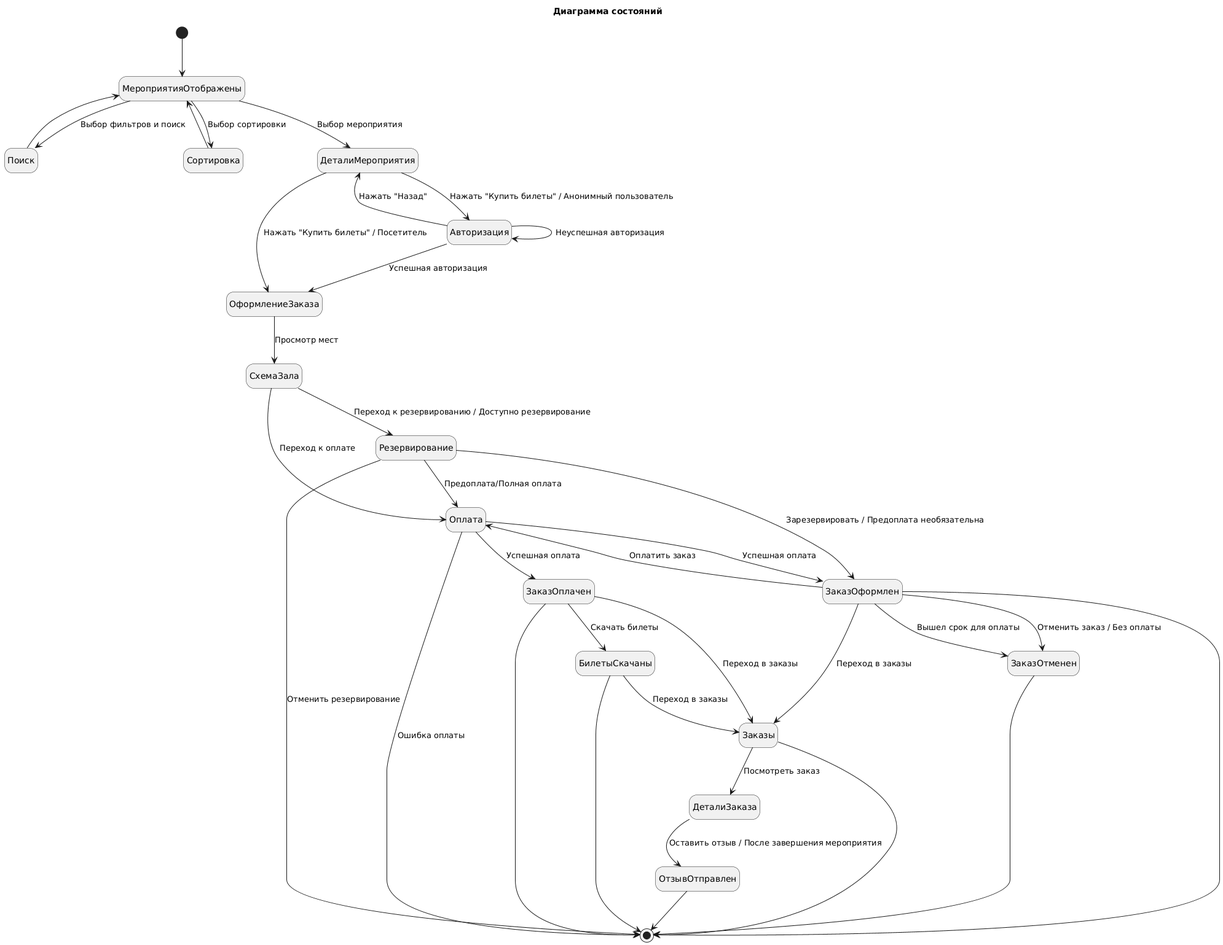
The PlantUML diagram 2. Технический проект/state.png in darzo28/project-doc, before a commit.
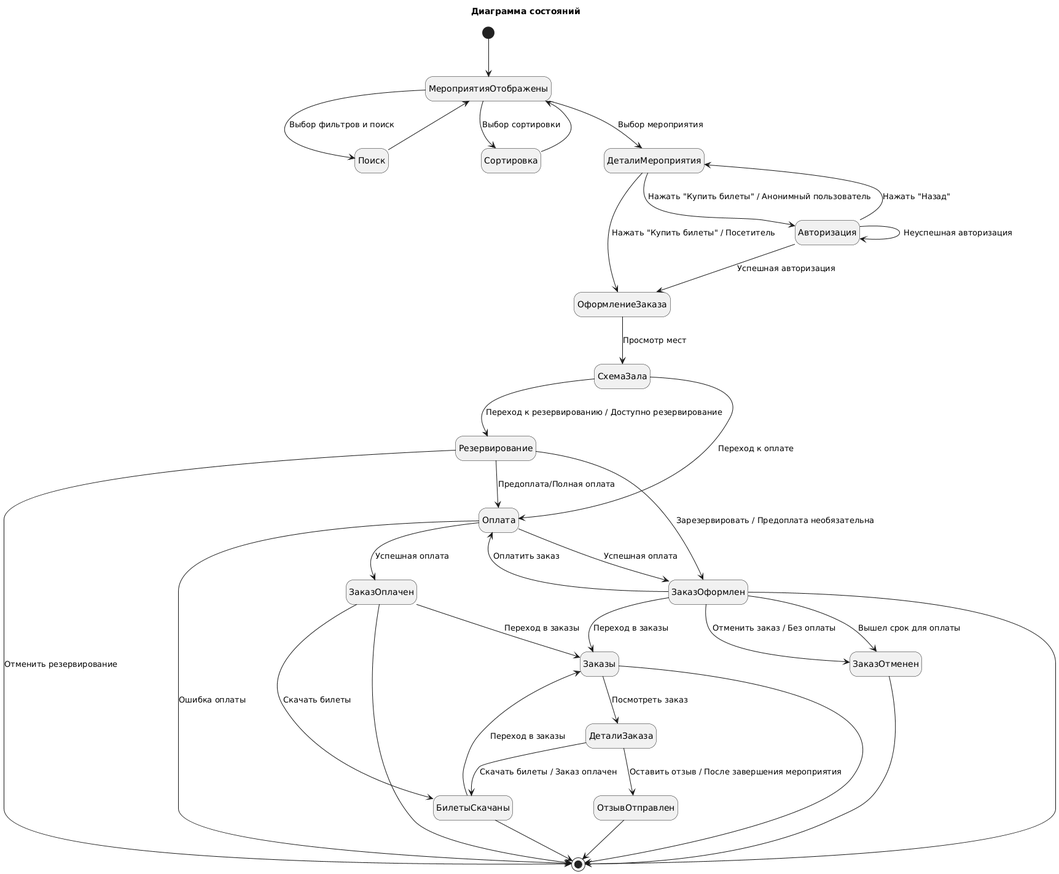
The same file after the commit.

What changed in the source:
```diff
@@ -41,6 +41,7 @@
 Заказы --> [*]
 
 Заказы --> ДеталиЗаказа : Посмотреть заказ
+ДеталиЗаказа --> БилетыСкачаны: Скачать билеты / Заказ оплачен
 ДеталиЗаказа --> ОтзывОтправлен: Оставить отзыв / После завершения мероприятия
 ОтзывОтправлен --> [*]
 
```
